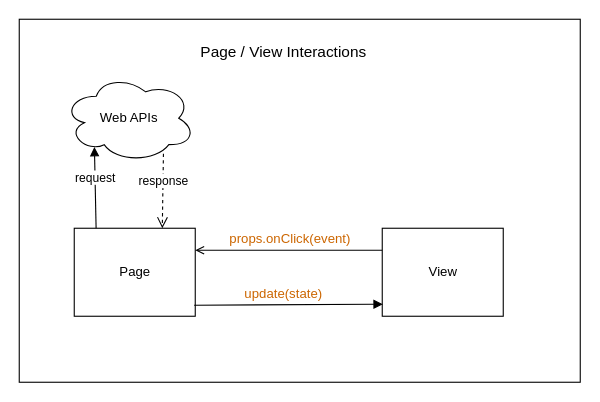
remarcmij/vanilla-starter keeps this draw.io diagram as docs/assets/page-view-interaction.drawio. Above is the earlier version. Source tidied: cells renumbered, new cells numbered last; positions are measured from the earlier drawing's top-left corner, leaving out a move shared by most shapes. Both pictures are drawn from the tidied source at 110%, with x=0, y=0 at pixel (19, 19).
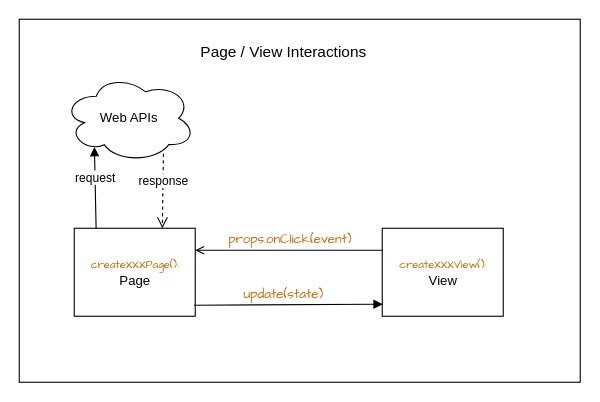
The same page after the edit.

Change to the diagram source:
```diff
@@
 <mxGraphModel>
   <root>
     <mxCell id="0" />
     <mxCell id="1" parent="0" />
     <mxCell id="2" style="rounded=0;whiteSpace=wrap;html=1;fontSize=14;fontColor=#000000;" parent="1" vertex="1">
       <mxGeometry width="510" height="330" as="geometry" />
     </mxCell>
-    <mxCell id="3" value="Page" style="html=1;" parent="1" vertex="1">
+    <mxCell id="3" value="&lt;font face=&quot;Comic Sans MS&quot; color=&quot;#cc6600&quot; style=&quot;font-size: 10px;&quot;&gt;createXXXPage():&lt;/font&gt;&lt;br&gt;Page" style="html=1;" parent="1" vertex="1">
       <mxGeometry x="50" y="190" width="110" height="80" as="geometry" />
     </mxCell>
-    <mxCell id="4" value="View" style="html=1;" parent="1" vertex="1">
+    <mxCell id="4" value="&lt;font face=&quot;Comic Sans MS&quot; color=&quot;#cc6600&quot; style=&quot;font-size: 10px;&quot;&gt;createXXXView():&lt;/font&gt;&lt;br&gt;View" style="html=1;" parent="1" vertex="1">
       <mxGeometry x="330" y="190" width="110" height="80" as="geometry" />
     </mxCell>
     <mxCell id="5" style="endArrow=open;html=1;rounded=0;align=center;verticalAlign=top;endFill=0;labelBackgroundColor=none;endSize=6;exitX=0;exitY=0.25;exitDx=0;exitDy=0;" parent="1" edge="1" source="4">
       <mxGeometry relative="1" as="geometry">
         <mxPoint x="160" y="210" as="targetPoint" />
       </mxGeometry>
     </mxCell>
     <mxCell id="6" style="html=1;verticalAlign=bottom;labelBackgroundColor=none;endArrow=block;endFill=1;rounded=0;entryX=0.005;entryY=0.863;entryDx=0;entryDy=0;entryPerimeter=0;exitX=0.991;exitY=0.875;exitDx=0;exitDy=0;exitPerimeter=0;" parent="1" edge="1" source="3" target="4">
       <mxGeometry relative="1" as="geometry" />
     </mxCell>
-    <mxCell id="7" value="&lt;font color=&quot;#cc6600&quot;&gt;props.onClick(event)&lt;/font&gt;" style="text;html=1;align=center;verticalAlign=middle;fillColor=none;strokeColor=none;rounded=0;" parent="1" vertex="1">
+    <mxCell id="7" value="&lt;font face=&quot;Comic Sans MS&quot; color=&quot;#cc6600&quot;&gt;props.onClick(event)&lt;/font&gt;" style="text;html=1;align=center;verticalAlign=middle;fillColor=none;strokeColor=none;rounded=0;" parent="1" vertex="1">
       <mxGeometry x="181" y="190" width="130" height="20" as="geometry" />
     </mxCell>
-    <mxCell id="8" value="update(state)" style="text;html=1;align=center;verticalAlign=middle;fillColor=none;strokeColor=none;rounded=0;fontColor=#CC6600;" parent="1" vertex="1">
+    <mxCell id="8" value="&lt;font face=&quot;Comic Sans MS&quot;&gt;update(state)&lt;/font&gt;" style="text;html=1;align=center;verticalAlign=middle;fillColor=none;strokeColor=none;rounded=0;fontColor=#CC6600;" parent="1" vertex="1">
       <mxGeometry x="195" y="240" width="90" height="20" as="geometry" />
     </mxCell>
     <mxCell id="9" value="&lt;font style=&quot;font-size: 14px;&quot; color=&quot;#000000&quot;&gt;Page / View Interactions&lt;/font&gt;" style="text;html=1;align=center;verticalAlign=middle;fillColor=none;strokeColor=none;rounded=0;fontColor=#0066CC;" parent="1" vertex="1">
       <mxGeometry x="155" y="20" width="170" height="20" as="geometry" />
     </mxCell>
     <mxCell id="10" value="Web APIs" style="ellipse;shape=cloud;whiteSpace=wrap;html=1;" parent="1" vertex="1">
       <mxGeometry x="40" y="50" width="120" height="80" as="geometry" />
     </mxCell>
     <mxCell id="11" value="response" style="html=1;verticalAlign=bottom;endArrow=open;dashed=1;endSize=8;rounded=0;entryX=0.255;entryY=0.576;entryDx=0;entryDy=0;entryPerimeter=0;exitX=0.759;exitY=0.903;exitDx=0;exitDy=0;exitPerimeter=0;" parent="1" edge="1" source="10" target="2">
       <mxGeometry relative="1" as="geometry" />
     </mxCell>
     <mxCell id="12" value="request" style="html=1;verticalAlign=bottom;endArrow=block;rounded=0;exitX=0.137;exitY=0.576;exitDx=0;exitDy=0;exitPerimeter=0;entryX=0.236;entryY=0.826;entryDx=0;entryDy=0;entryPerimeter=0;" parent="1" edge="1" source="2" target="10">
       <mxGeometry relative="1" as="geometry" />
     </mxCell>
   </root>
 </mxGraphModel>
```
